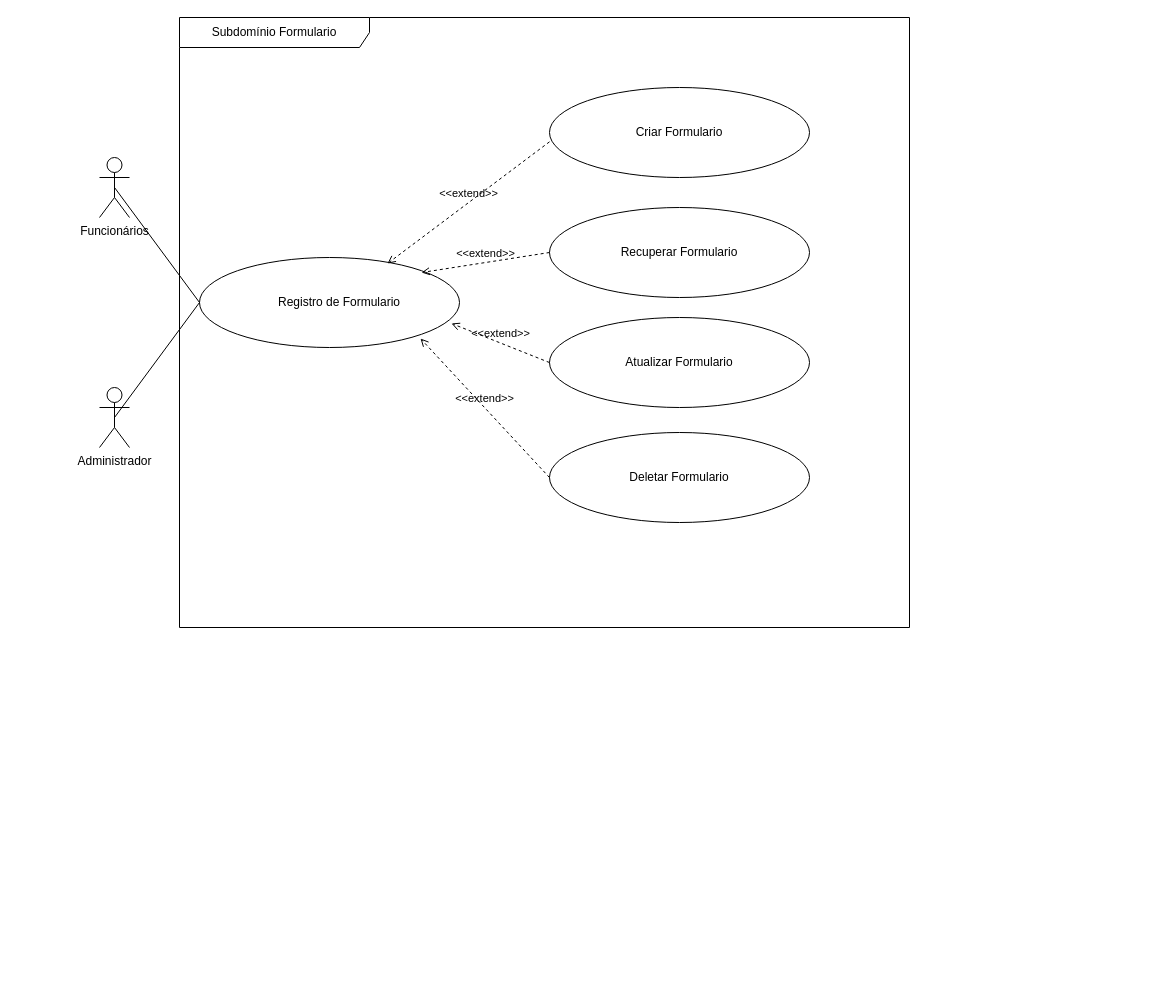
Above: page "Subdomínio-Formulário" (5 of 7) of requirements/feedtrack-caso-uso.drawio in equipe-feedtrack/feedtrack-server (draw.io), before the change. Source tidied: cells renumbered, new cells numbered last; positions are measured from the earlier drawing's top-left corner, leaving out a move shared by most shapes. Both pictures are drawn from the tidied source at 100%, with x=0, y=0 at pixel (99, 17).
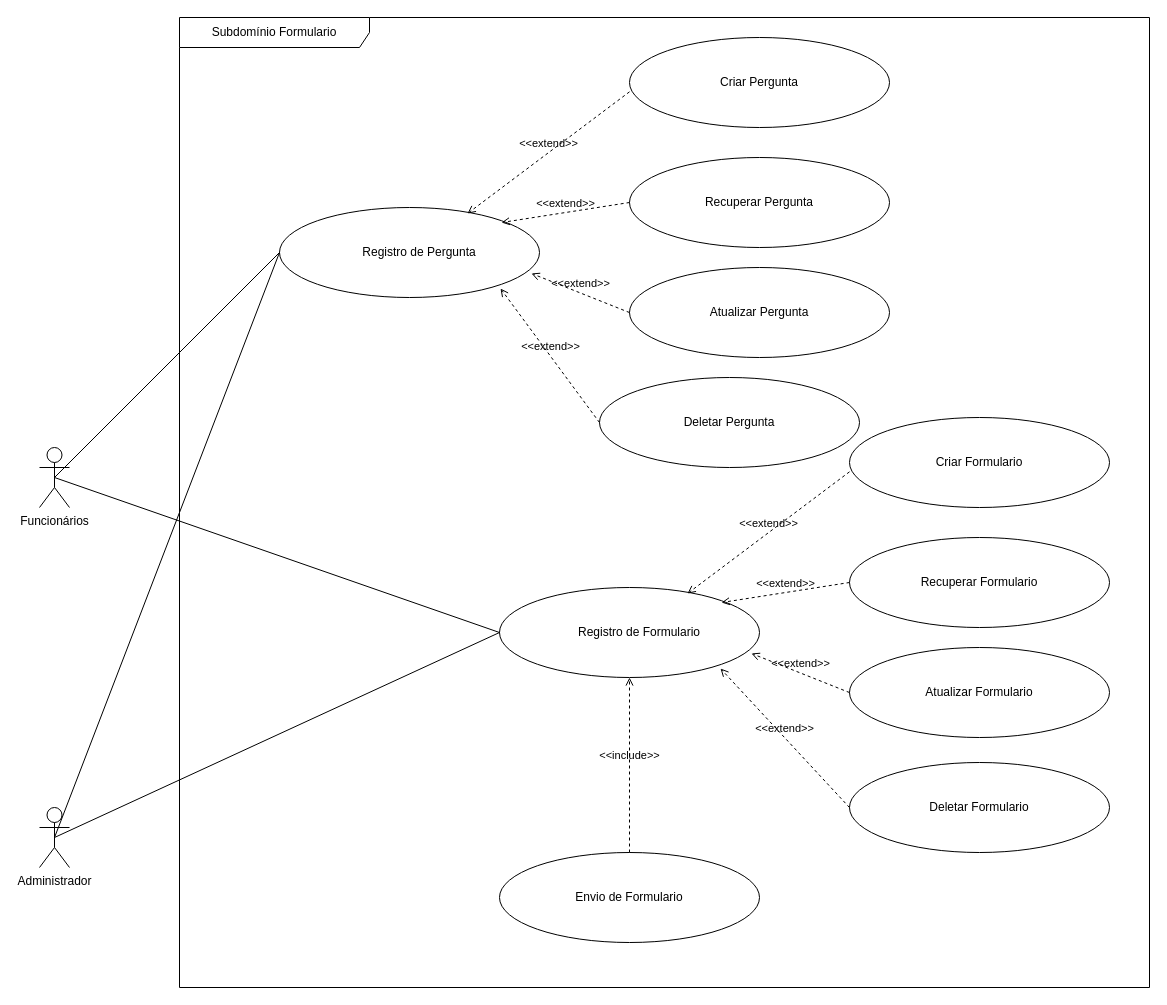
After the change.

The edit, as a diff of the source:
```diff
@@
     <mxCell id="2" value="&lt;div&gt;Funcionários&lt;/div&gt;" style="shape=umlActor;verticalLabelPosition=bottom;verticalAlign=top;html=1;" parent="1" vertex="1">
-      <mxGeometry y="140" width="30" height="60" as="geometry" />
+      <mxGeometry x="-60" y="430" width="30" height="60" as="geometry" />
     </mxCell>
     <mxCell id="3" value="Administrador&lt;div&gt;&lt;br&gt;&lt;/div&gt;" style="shape=umlActor;verticalLabelPosition=bottom;verticalAlign=top;html=1;" parent="1" vertex="1">
-      <mxGeometry y="370" width="30" height="60" as="geometry" />
+      <mxGeometry x="-60" y="790" width="30" height="60" as="geometry" />
     </mxCell>
     <mxCell id="4" value="Subdomínio Formulario" style="shape=umlFrame;whiteSpace=wrap;html=1;width=190;height=30;" parent="1" vertex="1">
-      <mxGeometry x="80" width="730" height="610" as="geometry" />
+      <mxGeometry x="80" width="970" height="970" as="geometry" />
     </mxCell>
     <mxCell id="5" style="shape=ellipse;horizontal=1;html=1;dashed=0;" parent="4" vertex="1">
-      <mxGeometry x="20" y="240" width="260" height="90" as="geometry" />
+      <mxGeometry x="320" y="570" width="260" height="90" as="geometry" />
     </mxCell>
@@
     <mxCell id="7" style="shape=ellipse;horizontal=1;html=1;dashed=0;" parent="4" vertex="1">
-      <mxGeometry x="370" y="70" width="260" height="90" as="geometry" />
+      <mxGeometry x="670" y="400" width="260" height="90" as="geometry" />
     </mxCell>
@@
     <mxCell id="9" style="shape=ellipse;horizontal=1;html=1;dashed=0;" parent="4" vertex="1">
-      <mxGeometry x="370" y="190" width="260" height="90" as="geometry" />
+      <mxGeometry x="670" y="520" width="260" height="90" as="geometry" />
     </mxCell>
@@
     <mxCell id="11" style="shape=ellipse;horizontal=1;html=1;dashed=0;" parent="4" vertex="1">
-      <mxGeometry x="370" y="300" width="260" height="90" as="geometry" />
+      <mxGeometry x="670" y="630" width="260" height="90" as="geometry" />
     </mxCell>
@@
     <mxCell id="13" style="shape=ellipse;horizontal=1;html=1;dashed=0;" parent="4" vertex="1">
-      <mxGeometry x="370" y="415" width="260" height="90" as="geometry" />
+      <mxGeometry x="670" y="745" width="260" height="90" as="geometry" />
     </mxCell>
@@
+    <mxCell id="21" style="shape=ellipse;horizontal=1;html=1;dashed=0;" parent="4" vertex="1">
+      <mxGeometry x="100" y="190" width="260" height="90" as="geometry" />
+    </mxCell>
+    <mxCell id="22" value="Registro de Pergunta" style="html=1;strokeColor=none;fillColor=none;align=center;verticalAlign=middle;whiteSpace=wrap;" parent="21" vertex="1">
+      <mxGeometry x="20" y="26.5" width="240" height="37.1" as="geometry" />
+    </mxCell>
+    <mxCell id="23" style="shape=ellipse;horizontal=1;html=1;dashed=0;" parent="4" vertex="1">
+      <mxGeometry x="450" y="20" width="260" height="90" as="geometry" />
+    </mxCell>
+    <mxCell id="24" value="Criar Pergunta" style="html=1;strokeColor=none;fillColor=none;align=center;verticalAlign=middle;whiteSpace=wrap;" parent="23" vertex="1">
+      <mxGeometry y="26.5" width="260" height="37.1" as="geometry" />
+    </mxCell>
+    <mxCell id="25" style="shape=ellipse;horizontal=1;html=1;dashed=0;" parent="4" vertex="1">
+      <mxGeometry x="450" y="140" width="260" height="90" as="geometry" />
+    </mxCell>
+    <mxCell id="26" value="Recuperar Pergunta" style="html=1;strokeColor=none;fillColor=none;align=center;verticalAlign=middle;whiteSpace=wrap;" parent="25" vertex="1">
+      <mxGeometry y="26.5" width="260" height="37.1" as="geometry" />
+    </mxCell>
+    <mxCell id="27" style="shape=ellipse;horizontal=1;html=1;dashed=0;" parent="4" vertex="1">
+      <mxGeometry x="450" y="250" width="260" height="90" as="geometry" />
+    </mxCell>
+    <mxCell id="28" value="Atualizar Pergunta" style="html=1;strokeColor=none;fillColor=none;align=center;verticalAlign=middle;whiteSpace=wrap;" parent="27" vertex="1">
+      <mxGeometry y="26.5" width="260" height="37.1" as="geometry" />
+    </mxCell>
+    <mxCell id="29" style="shape=ellipse;horizontal=1;html=1;dashed=0;" parent="4" vertex="1">
+      <mxGeometry x="420" y="360" width="260" height="90" as="geometry" />
+    </mxCell>
+    <mxCell id="30" value="Deletar Pergunta" style="html=1;strokeColor=none;fillColor=none;align=center;verticalAlign=middle;whiteSpace=wrap;" parent="29" vertex="1">
+      <mxGeometry y="26.5" width="260" height="37.1" as="geometry" />
+    </mxCell>
+    <mxCell id="31" value="&amp;lt;&amp;lt;extend&amp;gt;&amp;gt;" style="html=1;verticalAlign=bottom;labelBackgroundColor=none;endArrow=open;endFill=0;dashed=1;exitX=0;exitY=0.75;exitDx=0;exitDy=0;entryX=0.723;entryY=0.067;entryDx=0;entryDy=0;entryPerimeter=0;" parent="4" edge="1" source="24" target="21">
+      <mxGeometry relative="1" as="geometry" />
+    </mxCell>
+    <mxCell id="32" value="&amp;lt;&amp;lt;extend&amp;gt;&amp;gt;" style="html=1;verticalAlign=bottom;labelBackgroundColor=none;endArrow=open;endFill=0;dashed=1;exitX=0;exitY=0.5;exitDx=0;exitDy=0;entryX=0.854;entryY=0.167;entryDx=0;entryDy=0;entryPerimeter=0;" parent="4" edge="1" source="25" target="21">
+      <mxGeometry relative="1" as="geometry" />
+    </mxCell>
+    <mxCell id="33" value="&amp;lt;&amp;lt;extend&amp;gt;&amp;gt;" style="html=1;verticalAlign=bottom;labelBackgroundColor=none;endArrow=open;endFill=0;dashed=1;exitX=0;exitY=0.5;exitDx=0;exitDy=0;entryX=0.969;entryY=0.733;entryDx=0;entryDy=0;entryPerimeter=0;" parent="4" edge="1" source="28" target="21">
+      <mxGeometry relative="1" as="geometry" />
+    </mxCell>
+    <mxCell id="34" value="&amp;lt;&amp;lt;extend&amp;gt;&amp;gt;" style="html=1;verticalAlign=bottom;labelBackgroundColor=none;endArrow=open;endFill=0;dashed=1;exitX=0;exitY=0.5;exitDx=0;exitDy=0;entryX=0.85;entryY=0.9;entryDx=0;entryDy=0;entryPerimeter=0;" parent="4" edge="1" source="30" target="21">
+      <mxGeometry relative="1" as="geometry" />
+    </mxCell>
+    <mxCell id="35" style="shape=ellipse;horizontal=1;html=1;dashed=0;" parent="4" vertex="1">
+      <mxGeometry x="320" y="835" width="260" height="90" as="geometry" />
+    </mxCell>
+    <mxCell id="36" value="Envio de Formulario" style="html=1;strokeColor=none;fillColor=none;align=center;verticalAlign=middle;whiteSpace=wrap;" parent="35" vertex="1">
+      <mxGeometry x="10" y="26.5" width="240" height="37.1" as="geometry" />
+    </mxCell>
+    <mxCell id="37" value="&amp;lt;&amp;lt;include&amp;gt;&amp;gt;" style="html=1;verticalAlign=bottom;labelBackgroundColor=none;endArrow=open;endFill=0;dashed=1;exitX=0.5;exitY=0;exitDx=0;exitDy=0;entryX=0.5;entryY=1;entryDx=0;entryDy=0;" parent="4" edge="1" source="35" target="5">
+      <mxGeometry relative="1" as="geometry" />
+    </mxCell>
@@
+    <mxCell id="38" style="edgeStyle=none;html=1;entryX=0.5;entryY=0.5;entryDx=0;entryDy=0;entryPerimeter=0;exitX=0;exitY=0.5;exitDx=0;exitDy=0;endArrow=none;endFill=0;" parent="1" edge="1" source="21" target="2">
+      <mxGeometry relative="1" as="geometry" />
+    </mxCell>
+    <mxCell id="39" style="edgeStyle=none;html=1;entryX=0.5;entryY=0.5;entryDx=0;entryDy=0;entryPerimeter=0;exitX=0;exitY=0.5;exitDx=0;exitDy=0;endArrow=none;endFill=0;" parent="1" edge="1" source="21" target="3">
+      <mxGeometry relative="1" as="geometry" />
+    </mxCell>
```
